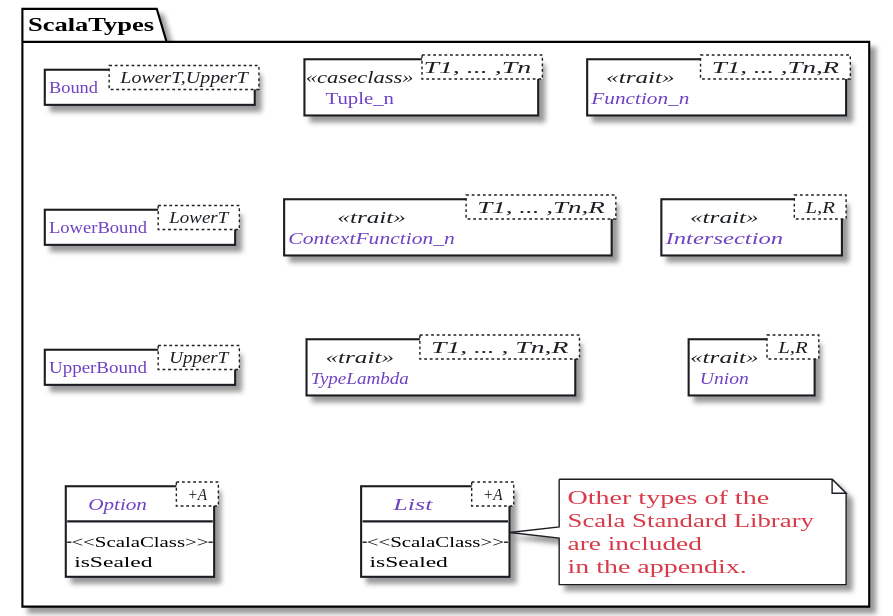
The PlantUML diagram out/uml-meta-model-extensions/types/scala.predeftypes/types.svg in tizuck/scala-uml-diagrams, before a commit.
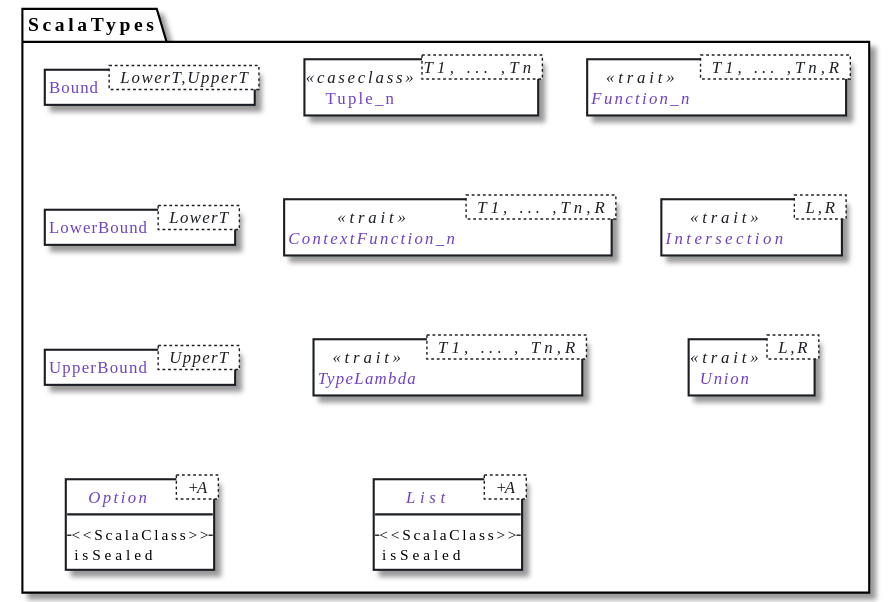
After the change.

The edit, as a diff of the source:
```diff
@@ -32,13 +32,6 @@
         isSealed
     }
 
-note right of List
-        Other types of the
-        Scala Standard Library
-        are included
-        in the appendix.
-end note
-
 
 hide circle
 hide methods
```
